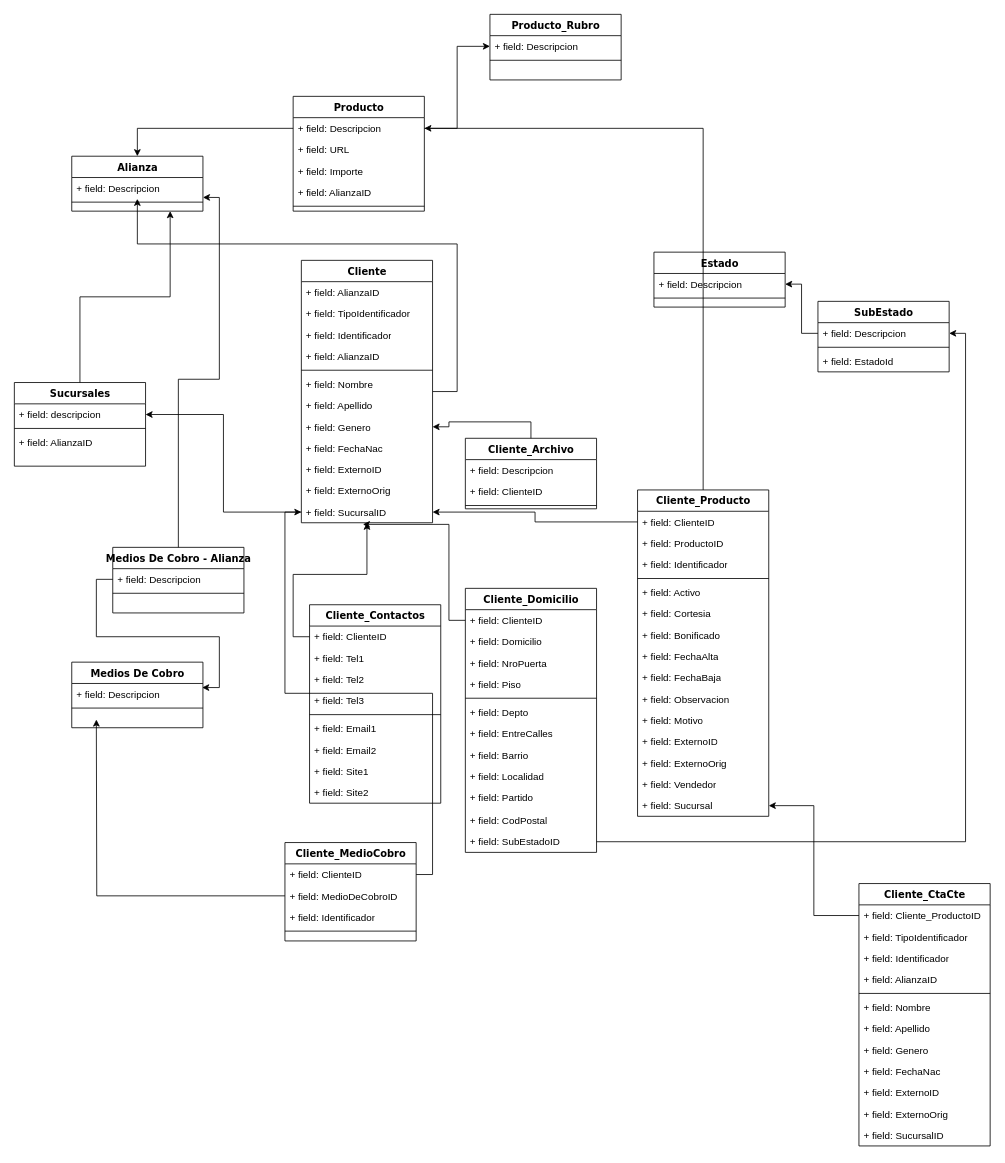
This is gag/Untitled Diagram.drawio from globalassistgroup/.github, a draw.io file, before an edit. Source tidied: cells renumbered, new cells numbered last; positions are measured from the earlier drawing's top-left corner, leaving out a move shared by most shapes. Both pictures are drawn from the tidied source at 82%, with x=0, y=0 at pixel (14, 14).
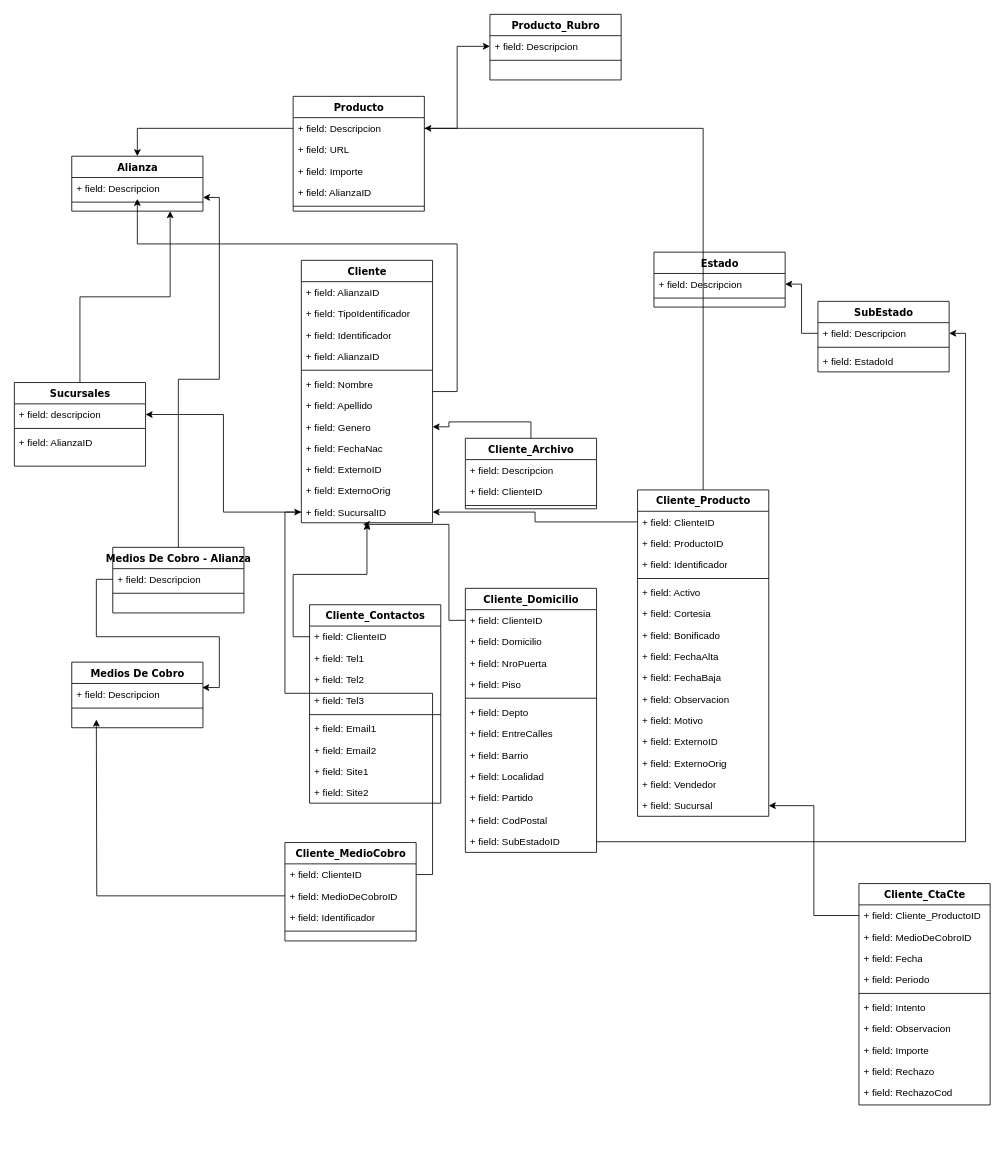
Above is the later version.

What changed in the source:
```diff
@@
     <mxCell id="102" value="Cliente_CtaCte" style="swimlane;html=1;fontStyle=1;align=center;verticalAlign=top;horizontal=1;startSize=26;swimlaneFillColor=#ffffff;rounded=0;shadow=0;comic=0;labelBackgroundColor=none;strokeWidth=1;fillColor=none;fontFamily=Verdana;fontSize=12;" parent="1" vertex="1">
-      <mxGeometry x="1030" y="1060" width="160" height="320" as="geometry" />
+      <mxGeometry x="1030" y="1060" width="160" height="270" as="geometry" />
     </mxCell>
@@
-    <mxCell id="104" value="+ field: TipoIdentificador" style="text;html=1;strokeColor=none;fillColor=none;align=left;verticalAlign=top;spacingLeft=4;spacingRight=4;whiteSpace=wrap;overflow=hidden;" parent="102" vertex="1">
+    <mxCell id="104" value="+ field: MedioDeCobroID" style="text;html=1;strokeColor=none;fillColor=none;align=left;verticalAlign=top;spacingLeft=4;spacingRight=4;whiteSpace=wrap;overflow=hidden;" parent="102" vertex="1">
       <mxGeometry y="52" width="160" height="26" as="geometry" />
     </mxCell>
-    <mxCell id="105" value="+ field: Identificador" style="text;html=1;strokeColor=none;fillColor=none;align=left;verticalAlign=top;spacingLeft=4;spacingRight=4;whiteSpace=wrap;overflow=hidden;" parent="102" vertex="1">
+    <mxCell id="105" value="+ field: Fecha" style="text;html=1;strokeColor=none;fillColor=none;align=left;verticalAlign=top;spacingLeft=4;spacingRight=4;whiteSpace=wrap;overflow=hidden;" parent="102" vertex="1">
       <mxGeometry y="78" width="160" height="26" as="geometry" />
     </mxCell>
-    <mxCell id="106" value="+ field: AlianzaID" style="text;html=1;strokeColor=none;fillColor=none;align=left;verticalAlign=top;spacingLeft=4;spacingRight=4;whiteSpace=wrap;overflow=hidden;" parent="102" vertex="1">
+    <mxCell id="106" value="+ field: Periodo" style="text;html=1;strokeColor=none;fillColor=none;align=left;verticalAlign=top;spacingLeft=4;spacingRight=4;whiteSpace=wrap;overflow=hidden;" parent="102" vertex="1">
       <mxGeometry y="104" width="160" height="26" as="geometry" />
     </mxCell>
@@
-    <mxCell id="108" value="+ field: Nombre" style="text;html=1;strokeColor=none;fillColor=none;align=left;verticalAlign=top;spacingLeft=4;spacingRight=4;whiteSpace=wrap;overflow=hidden;" parent="102" vertex="1">
+    <mxCell id="108" value="+ field: Intento" style="text;html=1;strokeColor=none;fillColor=none;align=left;verticalAlign=top;spacingLeft=4;spacingRight=4;whiteSpace=wrap;overflow=hidden;" parent="102" vertex="1">
       <mxGeometry y="138" width="160" height="26" as="geometry" />
     </mxCell>
-    <mxCell id="109" value="+ field: Apellido" style="text;html=1;strokeColor=none;fillColor=none;align=left;verticalAlign=top;spacingLeft=4;spacingRight=4;whiteSpace=wrap;overflow=hidden;" parent="102" vertex="1">
+    <mxCell id="109" value="+ field: Observacion" style="text;html=1;strokeColor=none;fillColor=none;align=left;verticalAlign=top;spacingLeft=4;spacingRight=4;whiteSpace=wrap;overflow=hidden;" parent="102" vertex="1">
       <mxGeometry y="164" width="160" height="26" as="geometry" />
     </mxCell>
-    <mxCell id="110" value="+ field: Genero" style="text;html=1;strokeColor=none;fillColor=none;align=left;verticalAlign=top;spacingLeft=4;spacingRight=4;whiteSpace=wrap;overflow=hidden;" parent="102" vertex="1">
+    <mxCell id="110" value="+ field: Importe" style="text;html=1;strokeColor=none;fillColor=none;align=left;verticalAlign=top;spacingLeft=4;spacingRight=4;whiteSpace=wrap;overflow=hidden;" parent="102" vertex="1">
       <mxGeometry y="190" width="160" height="26" as="geometry" />
     </mxCell>
-    <mxCell id="111" value="+ field: FechaNac" style="text;html=1;strokeColor=none;fillColor=none;align=left;verticalAlign=top;spacingLeft=4;spacingRight=4;whiteSpace=wrap;overflow=hidden;" parent="102" vertex="1">
+    <mxCell id="111" value="+ field: Rechazo" style="text;html=1;strokeColor=none;fillColor=none;align=left;verticalAlign=top;spacingLeft=4;spacingRight=4;whiteSpace=wrap;overflow=hidden;" parent="102" vertex="1">
       <mxGeometry y="216" width="160" height="26" as="geometry" />
     </mxCell>
-    <mxCell id="112" value="+ field: ExternoID" style="text;html=1;strokeColor=none;fillColor=none;align=left;verticalAlign=top;spacingLeft=4;spacingRight=4;whiteSpace=wrap;overflow=hidden;" parent="102" vertex="1">
+    <mxCell id="112" value="+ field: RechazoCod" style="text;html=1;strokeColor=none;fillColor=none;align=left;verticalAlign=top;spacingLeft=4;spacingRight=4;whiteSpace=wrap;overflow=hidden;" parent="102" vertex="1">
       <mxGeometry y="242" width="160" height="26" as="geometry" />
     </mxCell>
-    <mxCell id="113" value="+ field: ExternoOrig" style="text;html=1;strokeColor=none;fillColor=none;align=left;verticalAlign=top;spacingLeft=4;spacingRight=4;whiteSpace=wrap;overflow=hidden;" parent="102" vertex="1">
-      <mxGeometry y="268" width="160" height="26" as="geometry" />
-    </mxCell>
-    <mxCell id="114" value="+ field: SucursalID" style="text;html=1;strokeColor=none;fillColor=none;align=left;verticalAlign=top;spacingLeft=4;spacingRight=4;whiteSpace=wrap;overflow=hidden;" parent="102" vertex="1">
-      <mxGeometry y="294" width="160" height="26" as="geometry" />
-    </mxCell>
```
